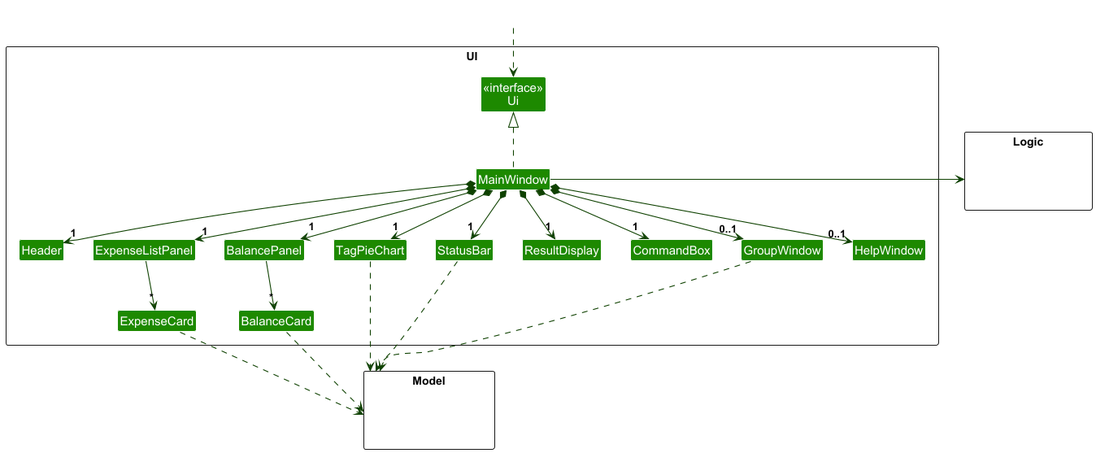
Above: docs/architecture/UiClassDiagram.png in IV-pratibha-0912/tp (PlantUML), before the change.
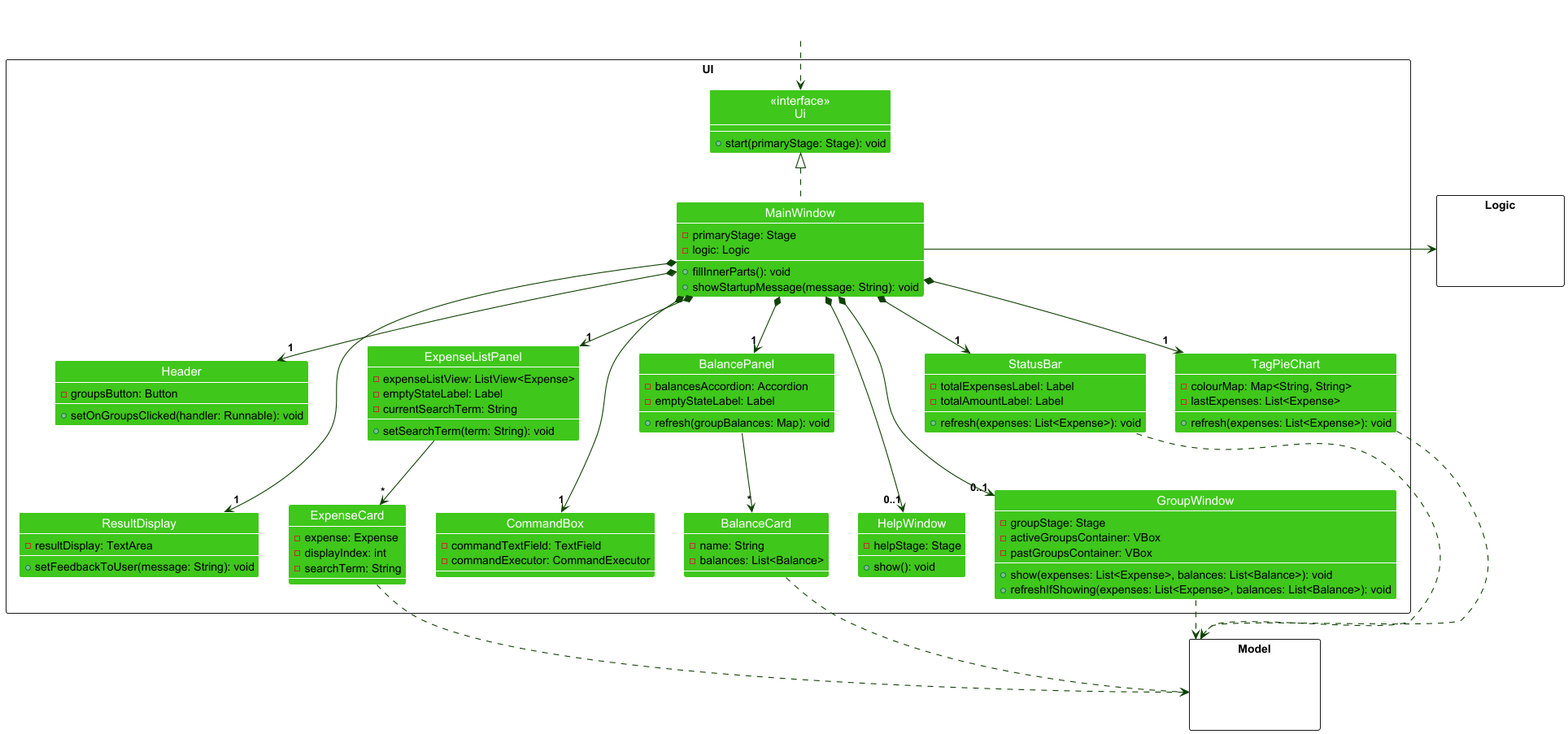
The same file after the commit.

Commit message:
Add attributes in UI class diagram

Change to the diagram source:
```diff
@@ -1,23 +1,85 @@
 @startuml
 !include style.puml
+show members
 skinparam arrowThickness 1.1
 skinparam arrowColor UI_COLOR_4
-skinparam classBackgroundColor UI_COLOR
+skinparam classBackgroundColor UI_COLOR_2
 
 package UI <<Rectangle>>{
-    Class "<<interface>>\nUi" as Ui
-    Class MainWindow
-    Class Header
-    Class ExpenseListPanel
-    Class ExpenseCard
-    Class BalancePanel
-    Class BalanceCard
-    Class TagPieChart
-    Class StatusBar
-    Class GroupWindow
-    Class ResultDisplay
-    Class CommandBox
-    Class HelpWindow
+    Class "<<interface>>\nUi" as Ui {
+        + start(primaryStage: Stage): void
+    }
+
+    Class MainWindow {
+        - primaryStage: Stage
+        - logic: Logic
+        + fillInnerParts(): void
+        + showStartupMessage(message: String): void
+    }
+
+    Class Header {
+        - groupsButton: Button
+        + setOnGroupsClicked(handler: Runnable): void
+    }
+
+    Class ExpenseListPanel {
+        - expenseListView: ListView<Expense>
+        - emptyStateLabel: Label
+        - currentSearchTerm: String
+        + setSearchTerm(term: String): void
+    }
+
+    Class ExpenseCard {
+        - expense: Expense
+        - displayIndex: int
+        - searchTerm: String
+    }
+
+    Class BalancePanel {
+        - balancesAccordion: Accordion
+        - emptyStateLabel: Label
+        + refresh(groupBalances: Map): void
+    }
+
+    Class BalanceCard {
+        - name: String
+        - balances: List<Balance>
+    }
+
+    Class TagPieChart {
+        - colourMap: Map<String, String>
+        - lastExpenses: List<Expense>
+        + refresh(expenses: List<Expense>): void
+    }
+
+    Class StatusBar {
+        - totalExpensesLabel: Label
+        - totalAmountLabel: Label
+        + refresh(expenses: List<Expense>): void
+    }
+
+    Class GroupWindow {
+        - groupStage: Stage
+        - activeGroupsContainer: VBox
+        - pastGroupsContainer: VBox
+        + show(expenses: List<Expense>, balances: List<Balance>): void
+        + refreshIfShowing(expenses: List<Expense>, balances: List<Balance>): void
+    }
+
+    Class ResultDisplay {
+        - resultDisplay: TextArea
+        + setFeedbackToUser(message: String): void
+    }
+
+    Class CommandBox {
+        - commandTextField: TextField
+        - commandExecutor: CommandExecutor
+    }
+
+    Class HelpWindow {
+        - helpStage: Stage
+        + show(): void
+    }
 }
 
 package Model <<Rectangle>> {
@@ -61,4 +123,10 @@
 StatusBar -[hidden]right- ResultDisplay
 ResultDisplay -[hidden]right- CommandBox
 
+Header -[hidden]down- ResultDisplay
+ExpenseListPanel -[hidden]down- CommandBox
+BalancePanel -[hidden]down- HelpWindow
+TagPieChart -[hidden]down- GroupWindow
+StatusBar -[hidden]down- GroupWindow
+
 @enduml
```
